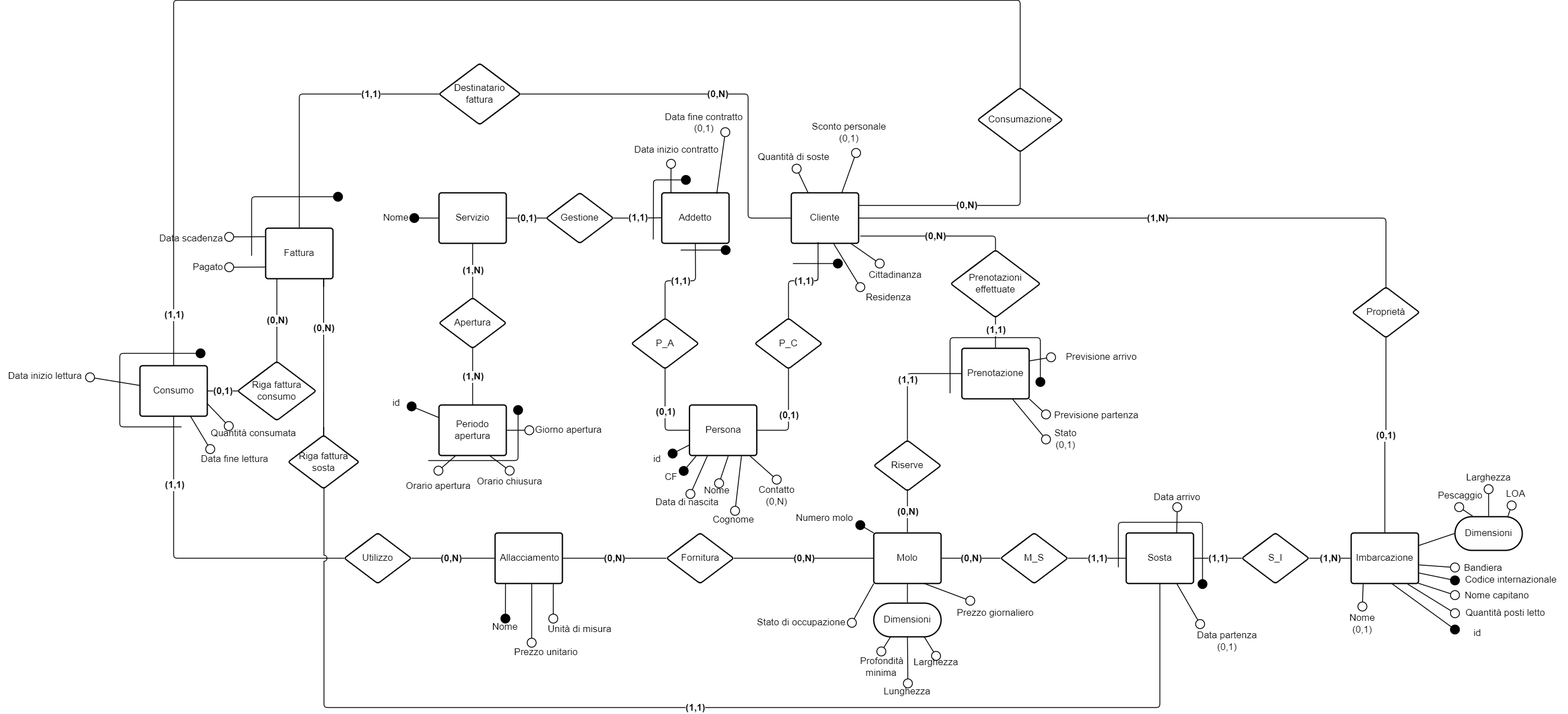
Earlier version of the draw.io export src_relazione_tex/img/erlogico.png (alessandro-massarenti/Progetto-basi-di-dati-2022). Source tidied: cells renumbered, new cells last; positions are measured from the earlier drawing's top-left corner, leaving out a move shared by most shapes.
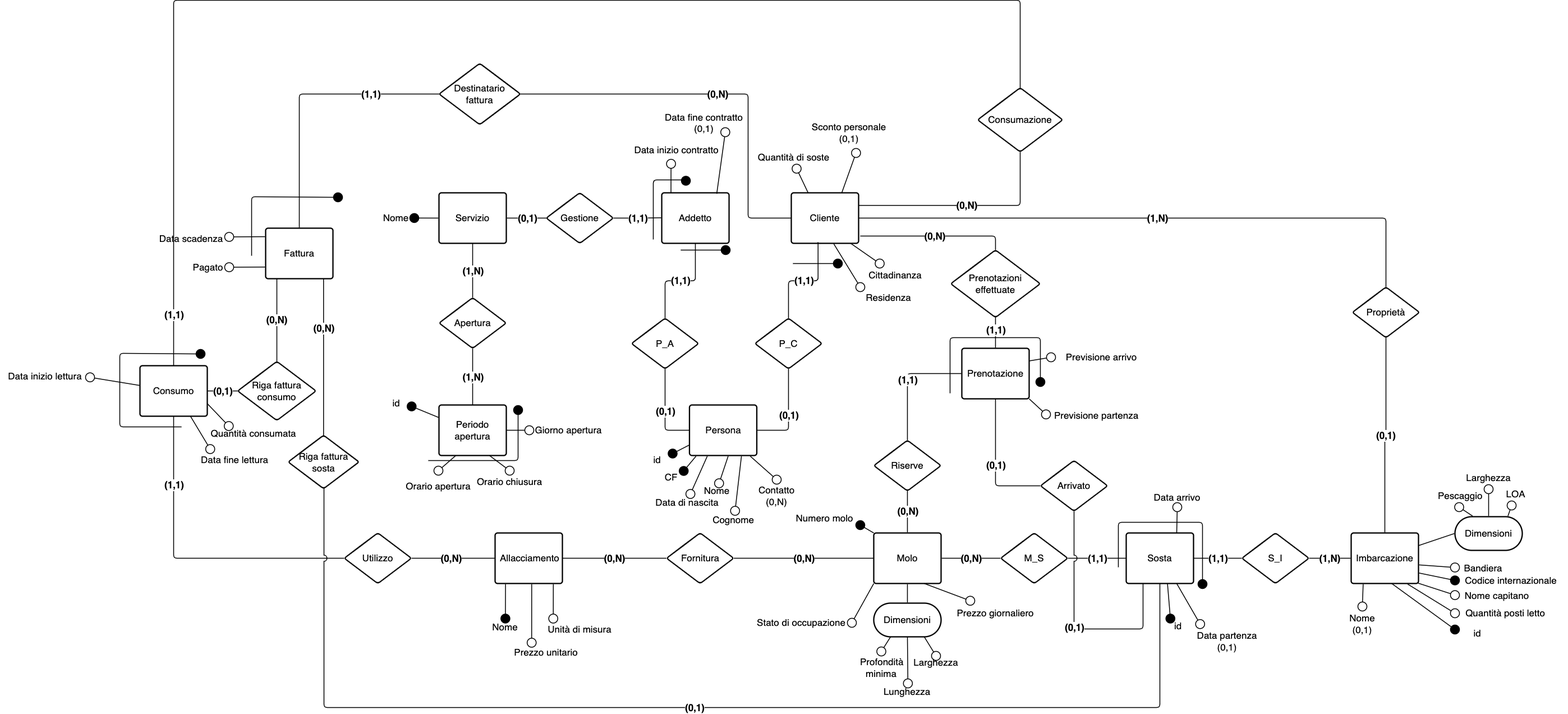
Later version of the same file.

The edit, as a diff of the source:
```diff
@@ -584,7 +584,7 @@
         </Array>
       </mxGeometry>
     </mxCell>
-    <mxCell id="169" value="(1,1)" style="text;html=1;labelBackgroundColor=default;align=center;verticalAlign=middle;fontStyle=1;fontColor=#000000;fontSize=17;" parent="168" vertex="1">
+    <mxCell id="169" value="(0,1)" style="text;html=1;labelBackgroundColor=default;align=center;verticalAlign=middle;fontStyle=1;fontColor=#000000;fontSize=17;" parent="168" vertex="1">
       <mxGeometry relative="1" as="geometry" />
     </mxCell>
     <mxCell id="170" style="html=1;jettySize=18;whiteSpace=wrap;fontSize=17;strokeColor=#000000;strokeWidth=1.5;rounded=1;arcSize=12;edgeStyle=orthogonalEdgeStyle;startArrow=none;endArrow=oval;endFill=1;endSize=16;" parent="1" edge="1">
@@ -598,12 +598,6 @@
         </Array>
       </mxGeometry>
     </mxCell>
-    <mxCell id="171" value="Stato&lt;br&gt;(0,1)" style="html=1;overflow=block;blockSpacing=1;whiteSpace=wrap;fontSize=17;fontColor=#000000;spacing=0;fillColor=none;strokeWidth=1.5;strokeColor=none;" parent="1" vertex="1">
-      <mxGeometry x="1864" y="762" width="70" height="40.5" as="geometry" />
-    </mxCell>
-    <mxCell id="172" style="html=1;jettySize=18;whiteSpace=wrap;fontSize=17;strokeColor=#000000;strokeWidth=1.5;rounded=1;arcSize=12;startArrow=none;endArrow=oval;endFill=0;endSize=16;entryX=0;entryY=0.5;entryDx=0;entryDy=0;exitX=0.75;exitY=1;exitDx=0;exitDy=0;" parent="1" edge="1" source="98" target="171">
-      <mxGeometry relative="1" as="geometry" />
-    </mxCell>
     <mxCell id="173" value="P_A" style="html=1;overflow=block;blockSpacing=1;whiteSpace=wrap;rhombus;fontSize=17;fontColor=#000000;spacing=3.8;strokeColor=#000000;strokeOpacity=100;rounded=1;absoluteArcSize=1;arcSize=9;strokeWidth=2.3;" parent="1" vertex="1">
       <mxGeometry x="1125" y="566.5" width="120" height="90" as="geometry" />
     </mxCell>
@@ -672,5 +666,31 @@
     <mxCell id="190" value="id" style="html=1;overflow=block;blockSpacing=1;whiteSpace=wrap;fontSize=17;fontColor=#000000;spacing=0;fillColor=none;strokeWidth=1.5;strokeColor=none;" parent="1" vertex="1">
       <mxGeometry x="677.8" y="707" width="55.5" height="22" as="geometry" />
     </mxCell>
+    <mxCell id="191" value="Arrivato" style="html=1;overflow=block;blockSpacing=1;whiteSpace=wrap;rhombus;fontSize=17;fontColor=#000000;spacing=3.8;strokeColor=#000000;strokeOpacity=100;rounded=1;absoluteArcSize=1;arcSize=9;strokeWidth=2.3;" parent="1" vertex="1">
+      <mxGeometry x="1854" y="820" width="120" height="90" as="geometry" />
+    </mxCell>
+    <mxCell id="192" style="html=1;jettySize=18;whiteSpace=wrap;fontSize=17;strokeColor=#000000;strokeWidth=1.5;rounded=1;arcSize=12;edgeStyle=orthogonalEdgeStyle;startArrow=none;endArrow=none;exitX=0.5;exitY=1;entryX=0;entryY=0.5;entryDx=0;entryDy=0;exitDx=0;exitDy=0;" parent="1" edge="1" source="98" target="191">
+      <mxGeometry relative="1" as="geometry" />
+    </mxCell>
+    <mxCell id="193" value="(0,1)" style="text;html=1;labelBackgroundColor=default;align=center;verticalAlign=middle;fontStyle=1;fontColor=#000000;fontSize=17;" parent="192" vertex="1">
+      <mxGeometry relative="1" as="geometry" />
+    </mxCell>
+    <mxCell id="194" style="html=1;jettySize=18;whiteSpace=wrap;fontSize=17;strokeColor=#000000;strokeWidth=1.5;rounded=1;arcSize=12;edgeStyle=orthogonalEdgeStyle;startArrow=none;endArrow=none;exitX=0.5;exitY=1;entryX=0.25;entryY=1;entryDx=0;entryDy=0;exitDx=0;exitDy=0;jumpStyle=arc;jumpSize=10;" parent="1" edge="1" source="191" target="143">
+      <mxGeometry relative="1" as="geometry">
+        <Array as="points">
+          <mxPoint x="1914" y="1120" />
+          <mxPoint x="2037" y="1120" />
+        </Array>
+      </mxGeometry>
+    </mxCell>
+    <mxCell id="195" value="(0,1)" style="text;html=1;labelBackgroundColor=default;align=center;verticalAlign=middle;fontStyle=1;fontColor=#000000;fontSize=17;" parent="194" vertex="1">
+      <mxGeometry relative="1" as="geometry" />
+    </mxCell>
+    <mxCell id="196" value="id" style="html=1;overflow=block;blockSpacing=1;whiteSpace=wrap;fontSize=17;fontColor=#000000;spacing=0;fillColor=none;strokeWidth=1.5;strokeColor=none;verticalAlign=middle;" parent="1" vertex="1">
+      <mxGeometry x="2072" y="1101.5" width="55" height="27" as="geometry" />
+    </mxCell>
+    <mxCell id="197" style="html=1;jettySize=18;whiteSpace=wrap;fontSize=17;strokeColor=#000000;strokeWidth=1.5;rounded=1;arcSize=12;startArrow=none;endArrow=oval;endFill=1;endSize=16;exitX=0.613;exitY=1.003;exitPerimeter=0;entryX=0.25;entryY=0;entryDx=0;entryDy=0;exitDx=0;exitDy=0;" parent="1" edge="1" source="143" target="196">
+      <mxGeometry relative="1" as="geometry" />
+    </mxCell>
   </root>
 </mxGraphModel>
```
